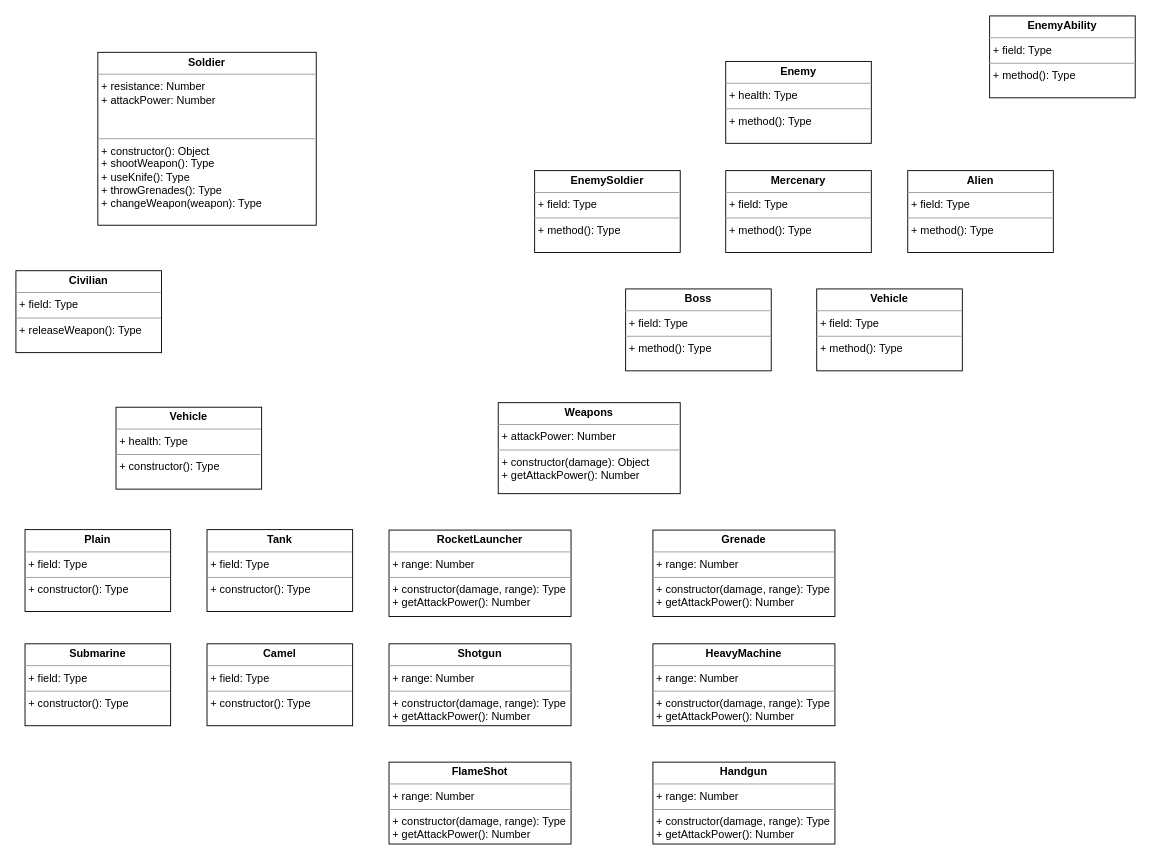
The draw.io diagram katas/metal-slug/samuel/DiagramClass.drawio in fjcoding/AT-BC-LAT-01, before the edit. Source tidied: cells renumbered, new cells numbered last; positions are measured from the earlier drawing's top-left corner, leaving out a move shared by most shapes. Both pictures are drawn from the tidied source at 91%, with x=0, y=0 at pixel (15, 15).
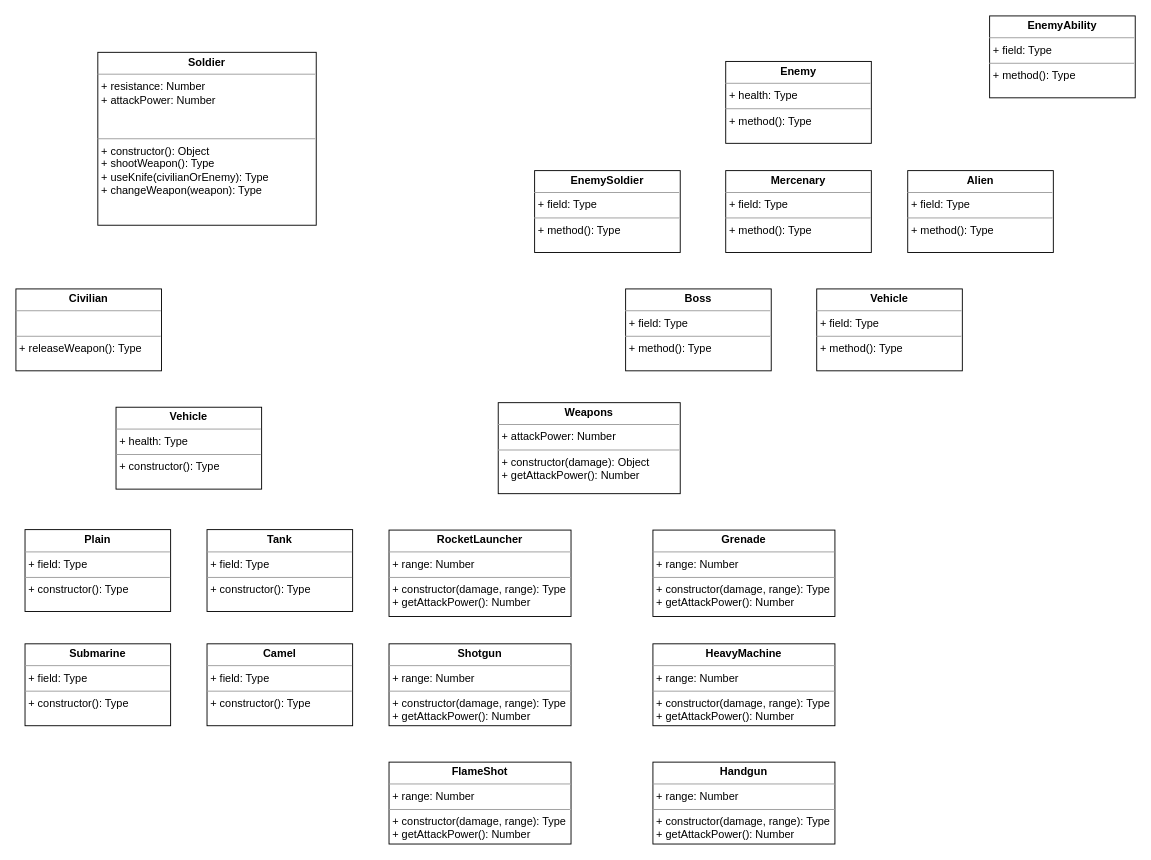
The same page after the edit.

Commit message (it also covers changes not shown here):
Created two new classes and added one method to Soldier

What changed in the source:
```diff
@@
-    <mxCell id="2" value="&lt;p style=&quot;margin: 0px ; margin-top: 4px ; text-align: center&quot;&gt;&lt;b&gt;Soldier&lt;/b&gt;&lt;/p&gt;&lt;hr size=&quot;1&quot;&gt;&lt;p style=&quot;margin: 0px ; margin-left: 4px&quot;&gt;&lt;span&gt;+ resistance: Number&lt;/span&gt;&lt;br&gt;&lt;/p&gt;&lt;p style=&quot;margin: 0px 0px 0px 4px&quot;&gt;+ attackPower: Number&lt;/p&gt;&lt;br&gt;&lt;p style=&quot;margin: 0px ; margin-left: 4px&quot;&gt;&amp;nbsp;&lt;/p&gt;&lt;hr size=&quot;1&quot;&gt;&lt;p style=&quot;margin: 0px 0px 0px 4px&quot;&gt;+ constructor(): Object&lt;/p&gt;&lt;p style=&quot;margin: 0px ; margin-left: 4px&quot;&gt;+ shootWeapon(): Type&lt;/p&gt;&lt;p style=&quot;margin: 0px 0px 0px 4px&quot;&gt;+ useKnife(): Type&lt;/p&gt;&lt;p style=&quot;margin: 0px 0px 0px 4px&quot;&gt;+ throwGrenades(): Type&lt;/p&gt;&lt;p style=&quot;margin: 0px 0px 0px 4px&quot;&gt;+ changeWeapon(weapon): Type&lt;/p&gt;&lt;p style=&quot;margin: 0px 0px 0px 4px&quot;&gt;&lt;br&gt;&lt;/p&gt;" style="verticalAlign=top;align=left;overflow=fill;fontSize=12;fontFamily=Helvetica;html=1;" parent="1" vertex="1">
+    <mxCell id="2" value="&lt;p style=&quot;margin: 0px ; margin-top: 4px ; text-align: center&quot;&gt;&lt;b&gt;Soldier&lt;/b&gt;&lt;/p&gt;&lt;hr size=&quot;1&quot;&gt;&lt;p style=&quot;margin: 0px ; margin-left: 4px&quot;&gt;&lt;span&gt;+ resistance: Number&lt;/span&gt;&lt;br&gt;&lt;/p&gt;&lt;p style=&quot;margin: 0px 0px 0px 4px&quot;&gt;+ attackPower: Number&lt;/p&gt;&lt;br&gt;&lt;p style=&quot;margin: 0px ; margin-left: 4px&quot;&gt;&amp;nbsp;&lt;/p&gt;&lt;hr size=&quot;1&quot;&gt;&lt;p style=&quot;margin: 0px 0px 0px 4px&quot;&gt;+ constructor(): Object&lt;/p&gt;&lt;p style=&quot;margin: 0px ; margin-left: 4px&quot;&gt;+ shootWeapon(): Type&lt;/p&gt;&lt;p style=&quot;margin: 0px 0px 0px 4px&quot;&gt;+ useKnife(civilianOrEnemy): Type&lt;/p&gt;&lt;p style=&quot;margin: 0px 0px 0px 4px&quot;&gt;+ changeWeapon(weapon): Type&lt;/p&gt;&lt;p style=&quot;margin: 0px 0px 0px 4px&quot;&gt;&lt;br&gt;&lt;/p&gt;" style="verticalAlign=top;align=left;overflow=fill;fontSize=12;fontFamily=Helvetica;html=1;" parent="1" vertex="1">
       <mxGeometry x="90" y="40" width="240" height="190" as="geometry" />
     </mxCell>
@@
-    <mxCell id="5" value="&lt;p style=&quot;margin: 0px ; margin-top: 4px ; text-align: center&quot;&gt;&lt;b&gt;Civilian&lt;/b&gt;&lt;/p&gt;&lt;hr size=&quot;1&quot;&gt;&lt;p style=&quot;margin: 0px ; margin-left: 4px&quot;&gt;+ field: Type&lt;/p&gt;&lt;hr size=&quot;1&quot;&gt;&lt;p style=&quot;margin: 0px ; margin-left: 4px&quot;&gt;+ releaseWeapon(): Type&lt;/p&gt;" style="verticalAlign=top;align=left;overflow=fill;fontSize=12;fontFamily=Helvetica;html=1;" parent="1" vertex="1">
-      <mxGeometry y="280" width="160" height="90" as="geometry" />
+    <mxCell id="5" value="&lt;p style=&quot;margin: 0px ; margin-top: 4px ; text-align: center&quot;&gt;&lt;b&gt;Civilian&lt;/b&gt;&lt;/p&gt;&lt;hr size=&quot;1&quot;&gt;&lt;p style=&quot;margin: 0px ; margin-left: 4px&quot;&gt;&lt;br&gt;&lt;/p&gt;&lt;hr size=&quot;1&quot;&gt;&lt;p style=&quot;margin: 0px ; margin-left: 4px&quot;&gt;+ releaseWeapon(): Type&lt;/p&gt;" style="verticalAlign=top;align=left;overflow=fill;fontSize=12;fontFamily=Helvetica;html=1;" parent="1" vertex="1">
+      <mxGeometry y="300" width="160" height="90" as="geometry" />
     </mxCell>
```
